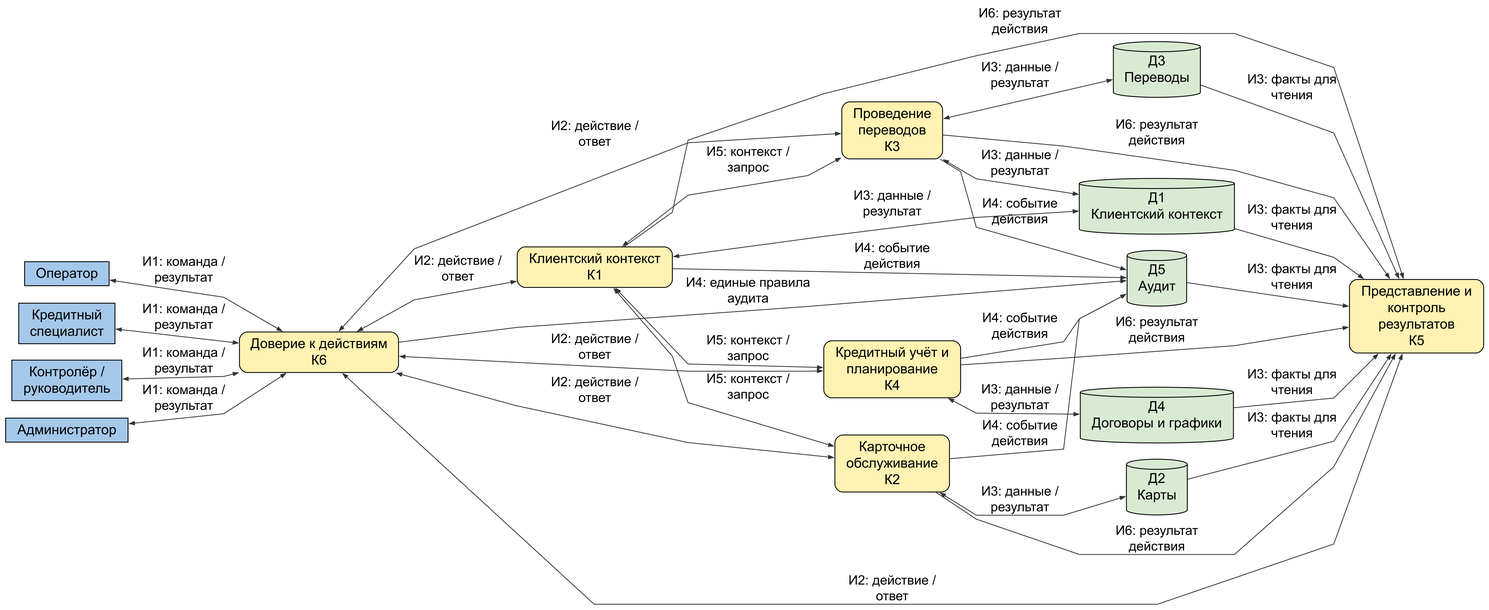
Before: figures/G1_architecture.png, a diagram exported from Graphviz (qwertyvich/IT-project). Its source is kept beside it as figures/G1_architecture.dot.
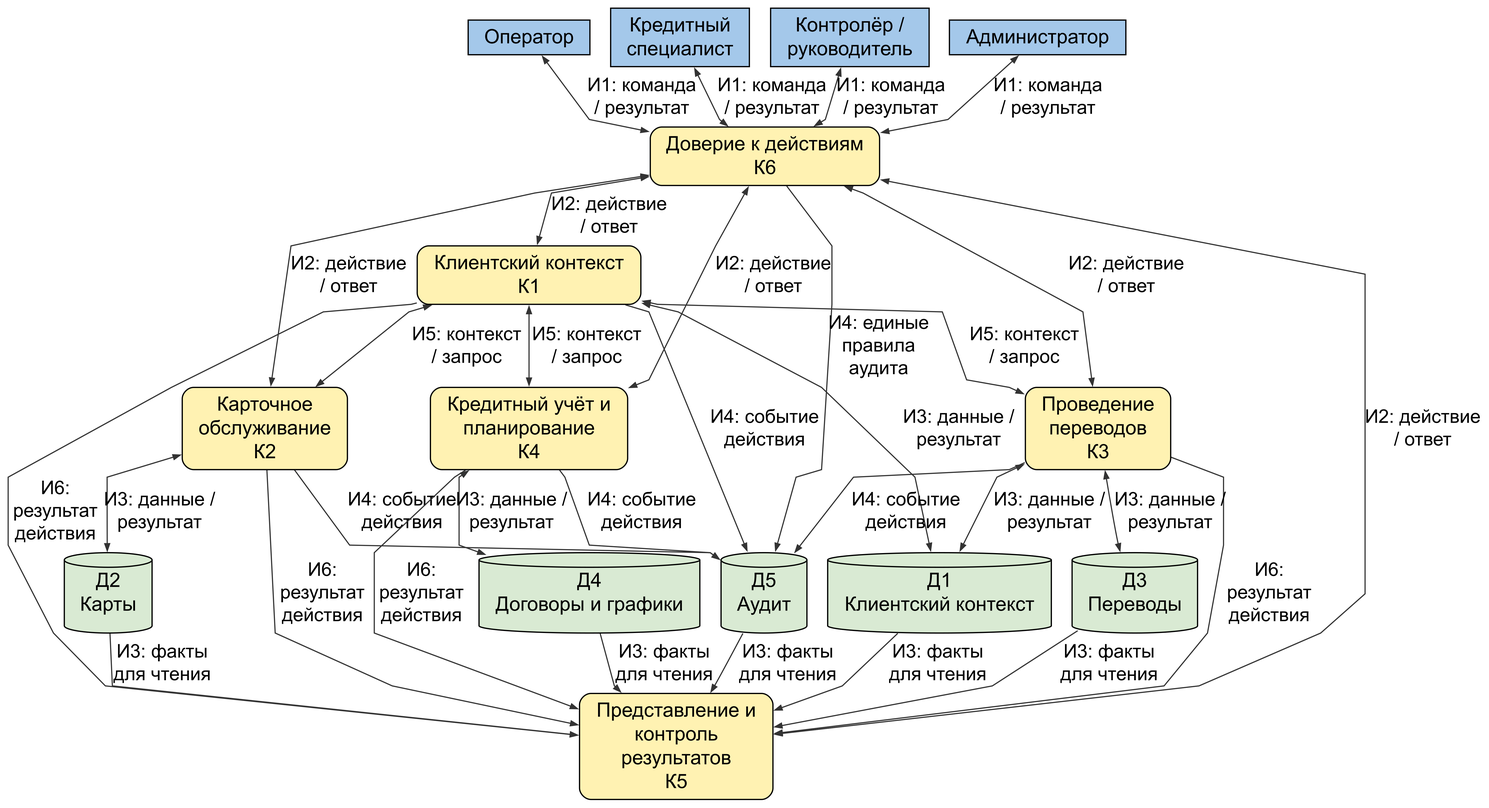
Above is the later version.

What changed in the source:
```diff
@@ -1,7 +1,8 @@
 digraph G1_architecture {
-graph [rankdir=LR, bgcolor="white", pad=.12, nodesep=.35, ranksep=.65, splines=polyline, outputorder=edgesfirst];
+graph [rankdir=TB, bgcolor="white", pad=.12, nodesep=.35, ranksep=.65, splines=polyline, outputorder=edgesfirst];
 node [fontname="Arial", fontsize=21, margin=".12,.08", penwidth=1.3];
 edge [fontname="Arial", fontsize=20, color="#333333", penwidth=1.2, arrowsize=.75];
+graph [nodesep=.3, ranksep=.2];
 "e1" [label="Оператор", shape="box", style="filled", fillcolor="#A4C8EA", width="1.792"];
 "e2" [label="Кредитный\nспециалист", shape="box", style="filled", fillcolor="#A4C8EA", width="2.042"];
 "e3" [label="Контролёр /\nруководитель", shape="box", style="filled", fillcolor="#A4C8EA", width="2.333"];
@@ -17,35 +18,35 @@
 "Д3" [label="Д3\nПереводы", shape="cylinder", style="filled", fillcolor="#D9EAD3", width="1.847"];
 "Д4" [label="Д4\nДоговоры и графики", shape="cylinder", style="filled", fillcolor="#D9EAD3", width="3.250"];
 "Д5" [label="Д5\nАудит", shape="cylinder", style="filled", fillcolor="#D9EAD3", width="1.264"];
-e1 -> К6 [label="И1: команда /\nрезультат", dir="both"];
-e2 -> К6 [label="И1: команда /\nрезультат", dir="both"];
-e3 -> К6 [label="И1: команда /\nрезультат", dir="both"];
-e4 -> К6 [label="И1: команда /\nрезультат", dir="both"];
-К6 -> К1 [label="И2: действие /\nответ", dir="both"];
-К6 -> К2 [label="И2: действие /\nответ", dir="both"];
-К6 -> К3 [label="И2: действие /\nответ", dir="both"];
-К6 -> К4 [label="И2: действие /\nответ", dir="both"];
-К6 -> К5 [label="И2: действие /\nответ", dir="both"];
+e1 -> К6 [label="И1: команда\n/ результат", dir="both"];
+e2 -> К6 [label="И1: команда\n/ результат", dir="both"];
+e3 -> К6 [label="И1: команда\n/ результат", dir="both"];
+e4 -> К6 [label="И1: команда\n/ результат", dir="both"];
+К6 -> К1 [label="И2: действие\n/ ответ", dir="both"];
+К6 -> К2 [label="И2: действие\n/ ответ", dir="both"];
+К6 -> К3 [label="И2: действие\n/ ответ", dir="both"];
+К6 -> К4 [label="И2: действие\n/ ответ", dir="both"];
+К6 -> К5 [label="И2: действие\n/ ответ", dir="both"];
 К1 -> Д1 [label="И3: данные /\nрезультат", dir="both"];
 К2 -> Д2 [label="И3: данные /\nрезультат", dir="both"];
 К3 -> Д1 [label="И3: данные /\nрезультат", dir="both"];
 К3 -> Д3 [label="И3: данные /\nрезультат", dir="both"];
 К4 -> Д4 [label="И3: данные /\nрезультат", dir="both"];
-Д1 -> К5 [label="И3: факты для\nчтения"];
-Д2 -> К5 [label="И3: факты для\nчтения"];
-Д3 -> К5 [label="И3: факты для\nчтения"];
-Д4 -> К5 [label="И3: факты для\nчтения"];
-Д5 -> К5 [label="И3: факты для\nчтения"];
-К1 -> К2 [label="И5: контекст /\nзапрос", dir="both"];
-К1 -> К3 [label="И5: контекст /\nзапрос", dir="both"];
-К1 -> К4 [label="И5: контекст /\nзапрос", dir="both"];
-К1 -> К5 [label="И6: результат\nдействия"];
-К2 -> К5 [label="И6: результат\nдействия"];
-К3 -> К5 [label="И6: результат\nдействия"];
-К4 -> К5 [label="И6: результат\nдействия"];
+Д1 -> К5 [label="И3: факты\nдля чтения"];
+Д2 -> К5 [label="И3: факты\nдля чтения"];
+Д3 -> К5 [label="И3: факты\nдля чтения"];
+Д4 -> К5 [label="И3: факты\nдля чтения"];
+Д5 -> К5 [label="И3: факты\nдля чтения"];
+К1 -> К2 [label="И5: контекст\n/ запрос", dir="both"];
+К1 -> К3 [label="И5: контекст\n/ запрос", dir="both"];
+К1 -> К4 [label="И5: контекст\n/ запрос", dir="both"];
+К1 -> К5 [label="И6:\nрезультат\nдействия"];
+К2 -> К5 [label="И6:\nрезультат\nдействия"];
+К3 -> К5 [label="И6:\nрезультат\nдействия"];
+К4 -> К5 [label="И6:\nрезультат\nдействия"];
 К1 -> Д5 [label="И4: событие\nдействия"];
 К2 -> Д5 [label="И4: событие\nдействия"];
 К3 -> Д5 [label="И4: событие\nдействия"];
 К4 -> Д5 [label="И4: событие\nдействия"];
-К6 -> Д5 [label="И4: единые правила\nаудита"];
+К6 -> Д5 [label="И4: единые\nправила\nаудита"];
 }
```
